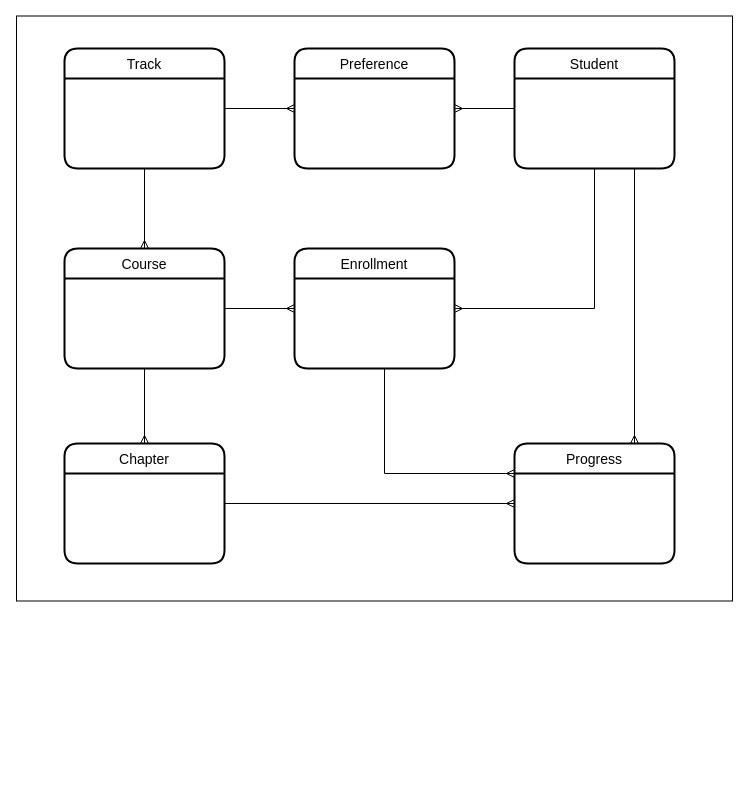
The draw.io diagram design/erd.drawio in gary-alway/sir-learn-a-lot, before the edit. Source tidied: cells renumbered, new cells numbered last; positions are measured from the earlier drawing's top-left corner, leaving out a move shared by most shapes. Both pictures are drawn from the tidied source at 100%, with x=0, y=0 at pixel (16, 16).
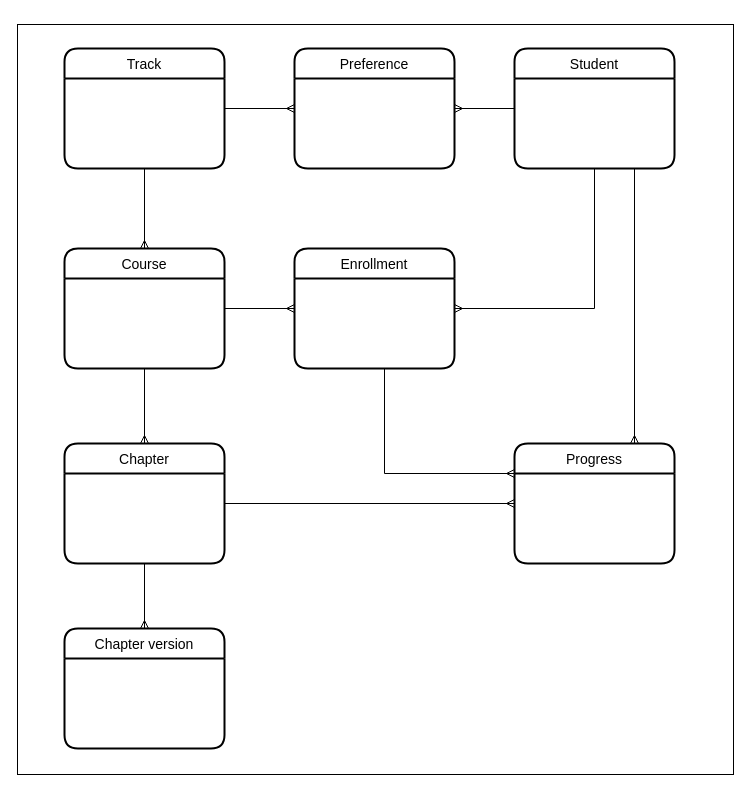
The same page after the edit.

Commit message (it also covers changes not shown here):
update designs to reflect chapter versioning

Unchanged cells that the change refers to:
```xml
<mxCell id="9" value="Chapter" style="swimlane;horizontal=1;startSize=30;rounded=1;fontSize=14;fontStyle=0;strokeWidth=2;shadow=0;dashed=0;align=center;strokeColor=#000000;" parent="1" vertex="1">
  <mxGeometry x="48" y="427" width="160" height="120" as="geometry" />
</mxCell>
```

The edit, as a diff of the source:
```diff
@@
     <mxCell id="2" style="rounded=0;whiteSpace=wrap;html=1;fillColor=#FFFFFF;" parent="1" vertex="1">
-      <mxGeometry y="-0.5" width="716" height="585" as="geometry" />
+      <mxGeometry x="1" y="8" width="716" height="750" as="geometry" />
     </mxCell>
@@
+    <mxCell id="20" style="edgeStyle=orthogonalEdgeStyle;rounded=0;jettySize=auto;html=1;entryX=0.5;entryY=0;entryDx=0;entryDy=0;strokeColor=#000000;endArrow=ERmany;endFill=0;" parent="1" edge="1" source="9" target="21">
+      <mxGeometry relative="1" as="geometry" />
+    </mxCell>
@@
+    <mxCell id="21" value="Chapter version" style="swimlane;horizontal=1;startSize=30;rounded=1;fontSize=14;fontStyle=0;strokeWidth=2;shadow=0;dashed=0;align=center;strokeColor=#000000;" parent="1" vertex="1">
+      <mxGeometry x="48" y="612" width="160" height="120" as="geometry" />
+    </mxCell>
```
